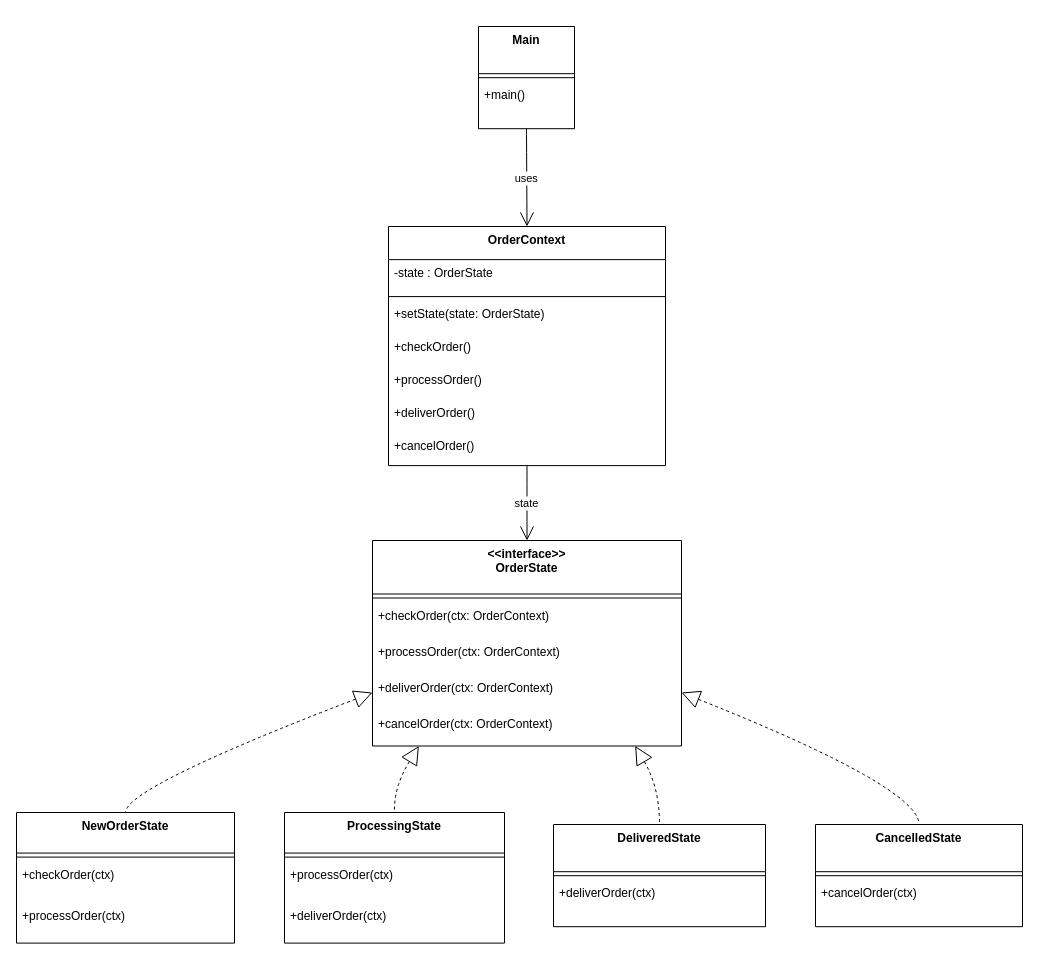
This is page "Page-1" (1 of 9) of Tuan02/Bai2.drawio from HoangSonQS/HK2_2025-2026_KTPM, a draw.io file, before an edit. Source tidied: cells renumbered, new cells numbered last; positions are measured from the earlier drawing's top-left corner, leaving out a move shared by most shapes. Both pictures are drawn from the tidied source at 100%, with x=0, y=0 at pixel (16, 26).
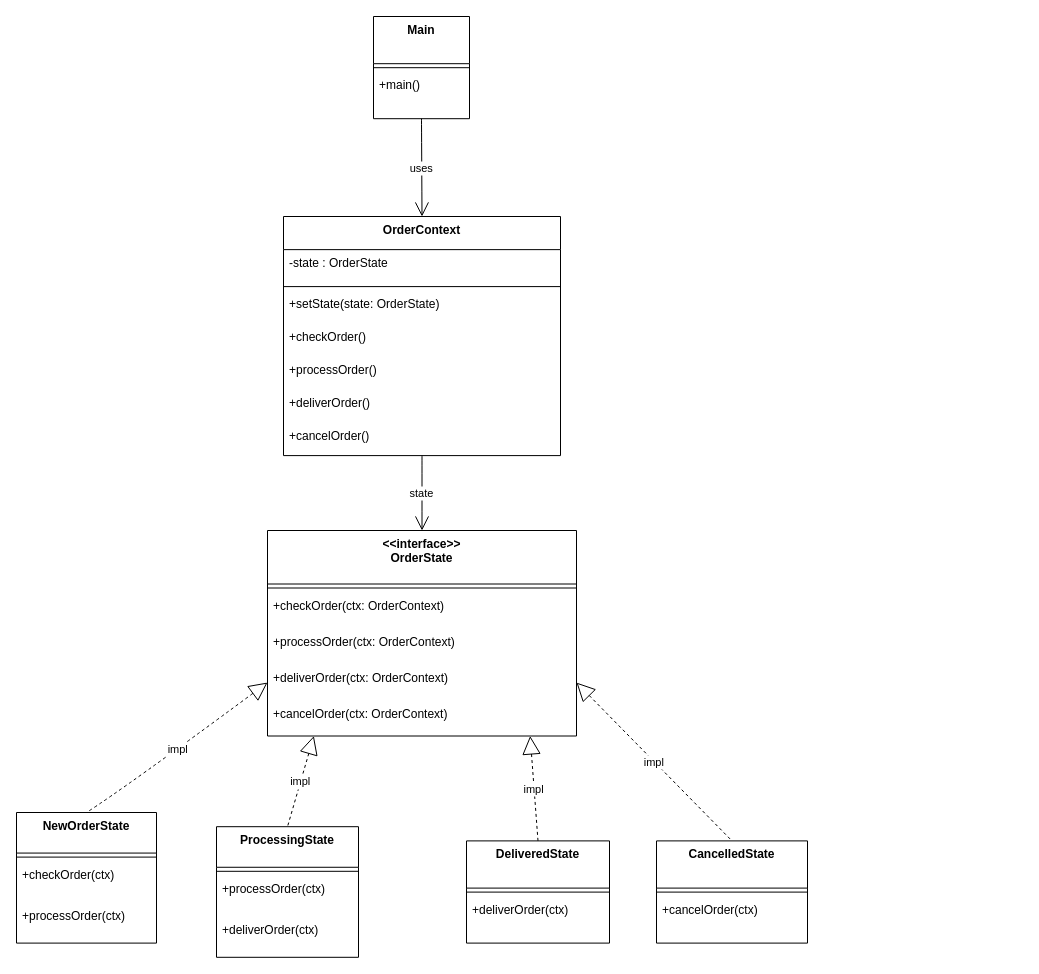
After the change.

What changed in the source:
```diff
@@
     <mxCell id="2" value="Main" style="swimlane;fontStyle=1;align=center;verticalAlign=top;horizontal=1;startSize=47.2;" parent="1" vertex="1">
-      <mxGeometry x="462" width="96" height="102.2" as="geometry" />
+      <mxGeometry x="357" y="-10" width="96" height="102.2" as="geometry" />
     </mxCell>
@@
     <mxCell id="5" value="OrderContext" style="swimlane;fontStyle=1;align=center;verticalAlign=top;horizontal=1;startSize=33.142857142857146;" parent="1" vertex="1">
-      <mxGeometry x="372" y="200" width="277" height="239.1" as="geometry" />
+      <mxGeometry x="267" y="190" width="277" height="239.1" as="geometry" />
     </mxCell>
@@
     <mxCell id="13" value="&lt;&lt;interface&gt;&gt;&#10;OrderState" style="swimlane;fontStyle=1;align=center;verticalAlign=top;horizontal=1;startSize=53.5;" parent="1" vertex="1">
-      <mxGeometry x="356" y="514" width="309" height="205.5" as="geometry" />
+      <mxGeometry x="251" y="504" width="309" height="205.5" as="geometry" />
     </mxCell>
@@
     <mxCell id="19" value="NewOrderState" style="swimlane;fontStyle=1;align=center;verticalAlign=top;horizontal=1;startSize=40.57142857142857;" parent="1" vertex="1">
-      <mxGeometry y="786" width="218" height="130.6" as="geometry" />
+      <mxGeometry y="786" width="140" height="130.6" as="geometry" />
     </mxCell>
     <mxCell id="20" style="line;strokeWidth=1;fillColor=none;align=left;verticalAlign=middle;spacingTop=-1;spacingLeft=3;spacingRight=3;labelPosition=right;strokeColor=inherit;" parent="19" vertex="1">
-      <mxGeometry y="40.6" width="218" height="8" as="geometry" />
+      <mxGeometry y="40.6" width="140" height="8" as="geometry" />
     </mxCell>
     <mxCell id="21" value="+checkOrder(ctx)" style="text;strokeColor=none;fillColor=none;align=left;verticalAlign=top;spacingLeft=4;spacingRight=4;overflow=hidden;" parent="19" vertex="1">
-      <mxGeometry y="48.6" width="218" height="41" as="geometry" />
+      <mxGeometry y="48.6" width="140" height="41" as="geometry" />
     </mxCell>
     <mxCell id="22" value="+processOrder(ctx)" style="text;strokeColor=none;fillColor=none;align=left;verticalAlign=top;spacingLeft=4;spacingRight=4;overflow=hidden;" parent="19" vertex="1">
-      <mxGeometry y="89.6" width="218" height="41" as="geometry" />
+      <mxGeometry y="89.6" width="140" height="41" as="geometry" />
     </mxCell>
     <mxCell id="23" value="ProcessingState" style="swimlane;fontStyle=1;align=center;verticalAlign=top;horizontal=1;startSize=40.57142857142857;" parent="1" vertex="1">
-      <mxGeometry x="268" y="786" width="220" height="130.6" as="geometry" />
+      <mxGeometry x="200" y="800.2" width="142" height="130.6" as="geometry" />
     </mxCell>
     <mxCell id="24" style="line;strokeWidth=1;fillColor=none;align=left;verticalAlign=middle;spacingTop=-1;spacingLeft=3;spacingRight=3;labelPosition=right;strokeColor=inherit;" parent="23" vertex="1">
-      <mxGeometry y="40.6" width="220" height="8" as="geometry" />
+      <mxGeometry y="40.6" width="142" height="8" as="geometry" />
     </mxCell>
     <mxCell id="25" value="+processOrder(ctx)" style="text;strokeColor=none;fillColor=none;align=left;verticalAlign=top;spacingLeft=4;spacingRight=4;overflow=hidden;" parent="23" vertex="1">
-      <mxGeometry y="48.6" width="220" height="41" as="geometry" />
+      <mxGeometry y="48.6" width="142" height="41" as="geometry" />
     </mxCell>
     <mxCell id="26" value="+deliverOrder(ctx)" style="text;strokeColor=none;fillColor=none;align=left;verticalAlign=top;spacingLeft=4;spacingRight=4;overflow=hidden;" parent="23" vertex="1">
-      <mxGeometry y="89.6" width="220" height="41" as="geometry" />
+      <mxGeometry y="89.6" width="142" height="41" as="geometry" />
     </mxCell>
     <mxCell id="27" value="DeliveredState" style="swimlane;fontStyle=1;align=center;verticalAlign=top;horizontal=1;startSize=47.2;" parent="1" vertex="1">
-      <mxGeometry x="537" y="798" width="212" height="102.2" as="geometry" />
+      <mxGeometry x="450" y="814.4" width="143" height="102.2" as="geometry" />
     </mxCell>
     <mxCell id="28" style="line;strokeWidth=1;fillColor=none;align=left;verticalAlign=middle;spacingTop=-1;spacingLeft=3;spacingRight=3;labelPosition=right;strokeColor=inherit;" parent="27" vertex="1">
-      <mxGeometry y="47.2" width="212" height="8" as="geometry" />
+      <mxGeometry y="47.2" width="143" height="8" as="geometry" />
     </mxCell>
     <mxCell id="29" value="+deliverOrder(ctx)" style="text;strokeColor=none;fillColor=none;align=left;verticalAlign=top;spacingLeft=4;spacingRight=4;overflow=hidden;" parent="27" vertex="1">
-      <mxGeometry y="55.2" width="212" height="47" as="geometry" />
+      <mxGeometry y="55.2" width="143" height="47" as="geometry" />
     </mxCell>
     <mxCell id="30" value="CancelledState" style="swimlane;fontStyle=1;align=center;verticalAlign=top;horizontal=1;startSize=47.2;" parent="1" vertex="1">
-      <mxGeometry x="799" y="798" width="207" height="102.2" as="geometry" />
+      <mxGeometry x="640" y="814.4" width="151" height="102.2" as="geometry" />
     </mxCell>
     <mxCell id="31" style="line;strokeWidth=1;fillColor=none;align=left;verticalAlign=middle;spacingTop=-1;spacingLeft=3;spacingRight=3;labelPosition=right;strokeColor=inherit;" parent="30" vertex="1">
-      <mxGeometry y="47.2" width="207" height="8" as="geometry" />
+      <mxGeometry y="47.2" width="151" height="8" as="geometry" />
     </mxCell>
     <mxCell id="32" value="+cancelOrder(ctx)" style="text;strokeColor=none;fillColor=none;align=left;verticalAlign=top;spacingLeft=4;spacingRight=4;overflow=hidden;" parent="30" vertex="1">
-      <mxGeometry y="55.2" width="207" height="47" as="geometry" />
+      <mxGeometry y="55.2" width="151" height="47" as="geometry" />
     </mxCell>
@@
-    <mxCell id="35" style="curved=1;dashed=1;startArrow=block;startSize=16;startFill=0;endArrow=none;exitX=0;exitY=0.74;entryX=0.5;entryY=0;rounded=0;" parent="1" edge="1" source="13" target="19">
+    <mxCell id="35" value="impl" style="curved=1;dashed=1;startArrow=block;startSize=16;startFill=0;endArrow=none;exitX=0;exitY=0.74;entryX=0.5;entryY=0;rounded=0;" parent="1" edge="1" source="13" target="19">
       <mxGeometry relative="1" as="geometry">
         <Array as="points">
           <mxPoint x="109" y="761" />
         </Array>
       </mxGeometry>
     </mxCell>
-    <mxCell id="36" style="curved=1;dashed=1;startArrow=block;startSize=16;startFill=0;endArrow=none;exitX=0.15;exitY=1;entryX=0.5;entryY=0;rounded=0;" parent="1" edge="1" source="13" target="23">
-      <mxGeometry relative="1" as="geometry">
-        <Array as="points">
-          <mxPoint x="377" y="761" />
-        </Array>
-      </mxGeometry>
+    <mxCell id="36" value="impl" style="dashed=1;startArrow=block;startSize=16;startFill=0;endArrow=none;exitX=0.15;exitY=1;entryX=0.5;entryY=0;rounded=0;" parent="1" edge="1" source="13" target="23">
+      <mxGeometry relative="1" as="geometry" />
     </mxCell>
-    <mxCell id="37" style="curved=1;dashed=1;startArrow=block;startSize=16;startFill=0;endArrow=none;exitX=0.85;exitY=1;entryX=0.5;entryY=0;rounded=0;" parent="1" edge="1" source="13" target="27">
-      <mxGeometry relative="1" as="geometry">
-        <Array as="points">
-          <mxPoint x="643" y="761" />
-        </Array>
-      </mxGeometry>
+    <mxCell id="37" value="impl" style="dashed=1;startArrow=block;startSize=16;startFill=0;endArrow=none;exitX=0.85;exitY=1;entryX=0.5;entryY=0;rounded=0;" parent="1" edge="1" source="13" target="27">
+      <mxGeometry relative="1" as="geometry" />
     </mxCell>
-    <mxCell id="38" style="curved=1;dashed=1;startArrow=block;startSize=16;startFill=0;endArrow=none;exitX=1;exitY=0.74;entryX=0.5;entryY=0;rounded=0;" parent="1" edge="1" source="13" target="30">
-      <mxGeometry relative="1" as="geometry">
-        <Array as="points">
-          <mxPoint x="903" y="761" />
-        </Array>
-      </mxGeometry>
+    <mxCell id="38" value="impl" style="dashed=1;startArrow=block;startSize=16;startFill=0;endArrow=none;exitX=1;exitY=0.74;entryX=0.5;entryY=0;rounded=0;" parent="1" edge="1" source="13" target="30">
+      <mxGeometry relative="1" as="geometry" />
     </mxCell>
```
